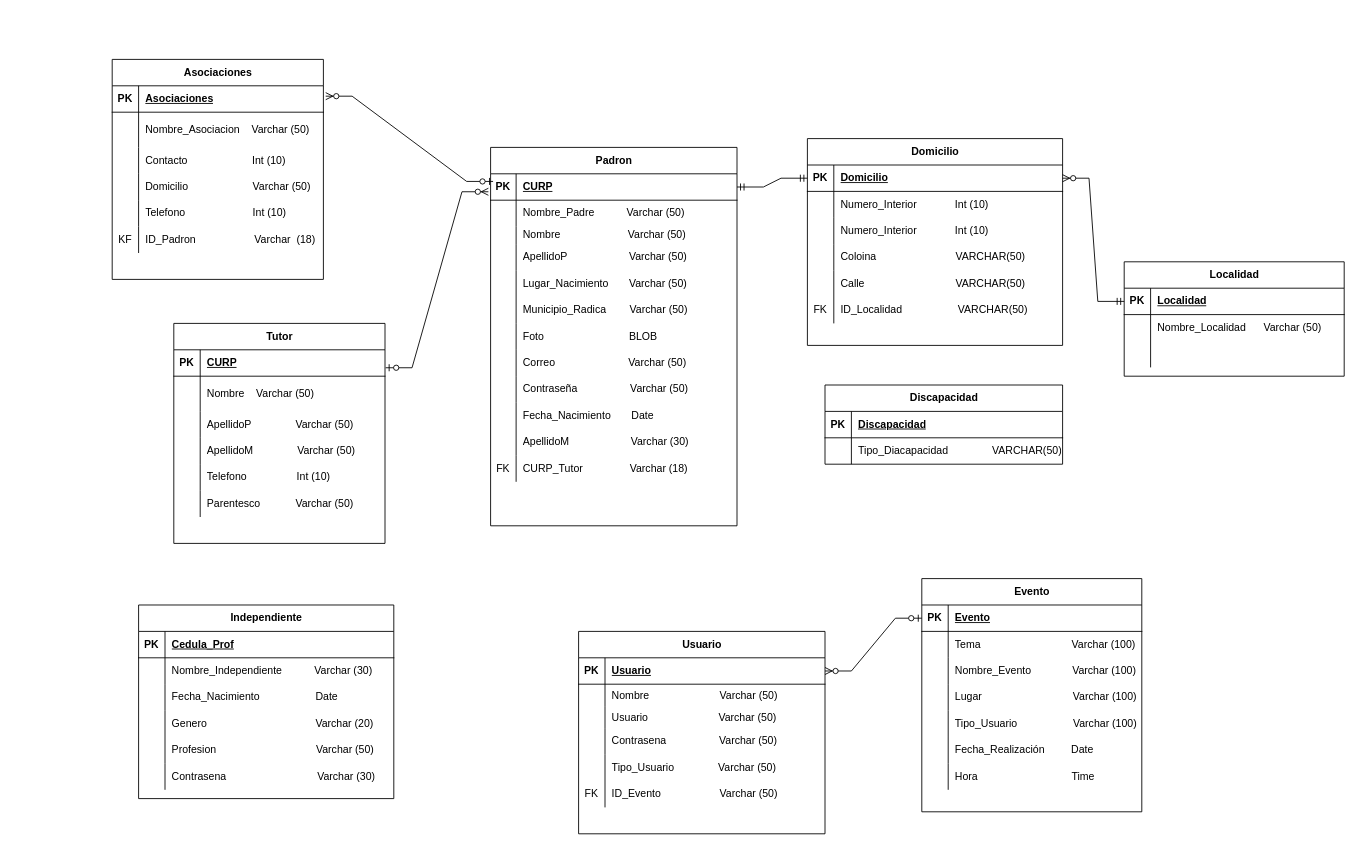
This is Relacional.drawio from OSCARCH2002/diagramas, a draw.io file, before an edit. Source tidied: cells renumbered, new cells numbered last; positions are measured from the earlier drawing's top-left corner, leaving out a move shared by most shapes. Both pictures are drawn from the tidied source at 88%, with x=0, y=0 at pixel (112, 59).
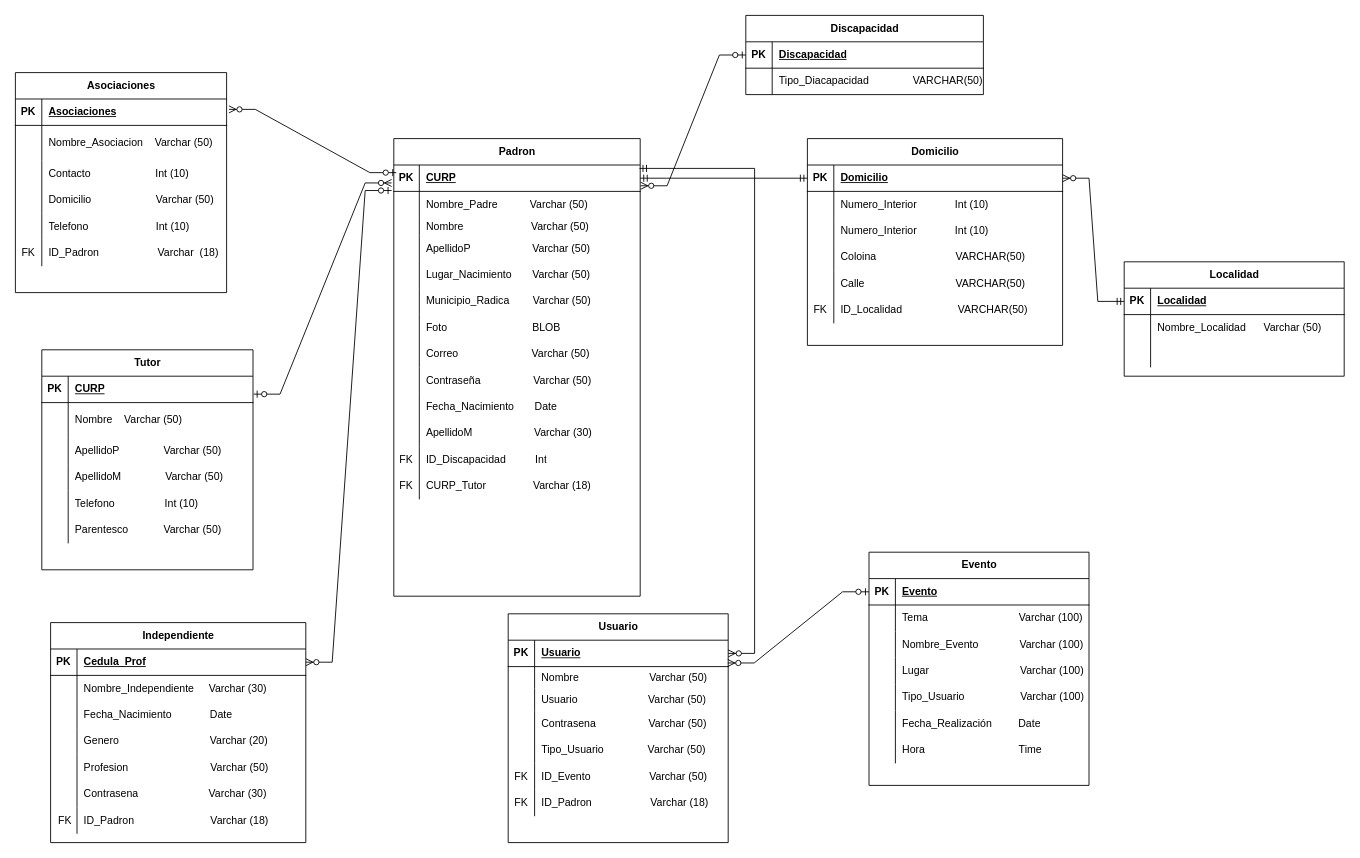
After the change.

Unchanged cells that the change refers to:
```xml
<mxCell id="18" style="shape=tableRow;horizontal=0;startSize=0;swimlaneHead=0;swimlaneBody=0;fillColor=none;top=0;left=0;right=0;bottom=0;" parent="2" vertex="1">
  <mxGeometry y="190" width="240" height="30" as="geometry" />
</mxCell>
<mxCell id="22" style="shape=tableRow;horizontal=0;startSize=0;swimlaneHead=0;swimlaneBody=0;fillColor=none;points=[[0,0.5],[1,0.5]];portConstraint=eastwest;top=0;left=0;right=0;bottom=1;" parent="21" vertex="1">
  <mxGeometry y="30" width="280" height="30" as="geometry" />
</mxCell>
<mxCell id="25" style="shape=tableRow;horizontal=0;startSize=0;swimlaneHead=0;swimlaneBody=0;fillColor=none;points=[[0,0.5],[1,0.5]];portConstraint=eastwest;top=0;left=0;right=0;bottom=0;" parent="21" vertex="1">
  <mxGeometry y="60" width="280" height="30" as="geometry" />
</mxCell>
<mxCell id="59" style="shape=tableRow;horizontal=0;startSize=0;swimlaneHead=0;swimlaneBody=0;fillColor=none;points=[[0,0.5],[1,0.5]];portConstraint=eastwest;top=0;left=0;right=0;bottom=1;" parent="58" vertex="1">
  <mxGeometry y="30" width="270" height="30" as="geometry" />
</mxCell>
<mxCell id="116" style="shape=tableRow;horizontal=0;startSize=0;swimlaneHead=0;swimlaneBody=0;fillColor=none;points=[[0,0.5],[1,0.5]];portConstraint=eastwest;top=0;left=0;right=0;bottom=1;" parent="115" vertex="1">
  <mxGeometry y="30" width="250" height="30" as="geometry" />
</mxCell>
<mxCell id="144" style="shape=tableRow;horizontal=0;startSize=0;swimlaneHead=0;swimlaneBody=0;fillColor=none;points=[[0,0.5],[1,0.5]];portConstraint=eastwest;top=0;left=0;right=0;bottom=1;" parent="143" vertex="1">
  <mxGeometry y="30" width="290" height="30" as="geometry" />
</mxCell>
<mxCell id="147" style="shape=tableRow;horizontal=0;startSize=0;swimlaneHead=0;swimlaneBody=0;fillColor=none;top=0;left=0;right=0;bottom=0;" parent="143" vertex="1">
  <mxGeometry y="60" width="290" height="30" as="geometry" />
</mxCell>
<mxCell id="150" style="shape=tableRow;horizontal=0;startSize=0;swimlaneHead=0;swimlaneBody=0;fillColor=none;top=0;left=0;right=0;bottom=0;" parent="143" vertex="1">
  <mxGeometry y="90" width="290" height="30" as="geometry" />
</mxCell>
<mxCell id="153" style="shape=tableRow;horizontal=0;startSize=0;swimlaneHead=0;swimlaneBody=0;fillColor=none;top=0;left=0;right=0;bottom=0;" parent="143" vertex="1">
  <mxGeometry y="120" width="290" height="30" as="geometry" />
</mxCell>
<mxCell id="156" style="shape=tableRow;horizontal=0;startSize=0;swimlaneHead=0;swimlaneBody=0;fillColor=none;top=0;left=0;right=0;bottom=0;" parent="143" vertex="1">
  <mxGeometry y="150" width="290" height="30" as="geometry" />
</mxCell>
<mxCell id="159" style="shape=tableRow;horizontal=0;startSize=0;swimlaneHead=0;swimlaneBody=0;fillColor=none;top=0;left=0;right=0;bottom=0;" parent="143" vertex="1">
  <mxGeometry y="180" width="290" height="30" as="geometry" />
</mxCell>
```

The edit, as a diff of the source:
```diff
@@
     <mxCell id="2" value="Asociaciones" style="shape=table;startSize=30;childLayout=tableLayout;rowLines=0;fontStyle=1;align=center;html=1;" parent="1" vertex="1">
-      <mxGeometry width="240" height="250" as="geometry" />
+      <mxGeometry x="-110" y="15" width="240" height="250" as="geometry" />
     </mxCell>
@@
-    <mxCell id="19" value="KF" style="shape=partialRectangle;fillColor=none;top=0;left=0;bottom=0;right=0;overflow=hidden;whiteSpace=wrap;html=1;" parent="18" vertex="1">
+    <mxCell id="19" value="FK" style="shape=partialRectangle;fillColor=none;top=0;left=0;bottom=0;right=0;overflow=hidden;whiteSpace=wrap;html=1;" parent="18" vertex="1">
       <mxGeometry width="30" height="30" as="geometry" />
     </mxCell>
@@
     <mxCell id="21" value="Padron" style="shape=table;startSize=30;childLayout=tableLayout;rowLines=0;fontStyle=1;align=center;html=1;" parent="1" vertex="1">
-      <mxGeometry x="430" y="100" width="280" height="430" as="geometry" />
+      <mxGeometry x="320" y="90" width="280" height="520" as="geometry" />
     </mxCell>
@@
+    <mxCell id="186" style="shape=tableRow;horizontal=0;startSize=0;swimlaneHead=0;swimlaneBody=0;fillColor=none;top=0;left=0;right=0;bottom=0;" parent="21" vertex="1">
+      <mxGeometry y="320" width="280" height="30" as="geometry" />
+    </mxCell>
+    <mxCell id="187" style="shape=partialRectangle;fillColor=none;top=0;left=0;bottom=0;right=0;overflow=hidden;whiteSpace=wrap;html=1;" parent="186" vertex="1">
+      <mxGeometry width="29" height="30" as="geometry" />
+    </mxCell>
+    <mxCell id="188" value="ApellidoM&amp;nbsp; &amp;nbsp; &amp;nbsp; &amp;nbsp; &amp;nbsp; &amp;nbsp; &amp;nbsp; &amp;nbsp; &amp;nbsp; &amp;nbsp; &amp;nbsp;Varchar (30)" style="shape=partialRectangle;fillColor=none;top=0;left=0;bottom=0;right=0;align=left;spacingLeft=6;overflow=hidden;whiteSpace=wrap;html=1;" parent="186" vertex="1">
+      <mxGeometry x="29" width="251" height="30" as="geometry" />
+    </mxCell>
     <mxCell id="52" style="shape=tableRow;horizontal=0;startSize=0;swimlaneHead=0;swimlaneBody=0;fillColor=none;top=0;left=0;right=0;bottom=0;" parent="21" vertex="1">
-      <mxGeometry y="320" width="280" height="30" as="geometry" />
+      <mxGeometry y="350" width="280" height="30" as="geometry" />
     </mxCell>
-    <mxCell id="53" style="shape=partialRectangle;fillColor=none;top=0;left=0;bottom=0;right=0;overflow=hidden;whiteSpace=wrap;html=1;" parent="52" vertex="1">
+    <mxCell id="53" value="FK" style="shape=partialRectangle;fillColor=none;top=0;left=0;bottom=0;right=0;overflow=hidden;whiteSpace=wrap;html=1;" parent="52" vertex="1">
       <mxGeometry width="29" height="30" as="geometry" />
     </mxCell>
-    <mxCell id="54" value="ApellidoM&amp;nbsp; &amp;nbsp; &amp;nbsp; &amp;nbsp; &amp;nbsp; &amp;nbsp; &amp;nbsp; &amp;nbsp; &amp;nbsp; &amp;nbsp; &amp;nbsp;Varchar (30)" style="shape=partialRectangle;fillColor=none;top=0;left=0;bottom=0;right=0;align=left;spacingLeft=6;overflow=hidden;whiteSpace=wrap;html=1;" parent="52" vertex="1">
+    <mxCell id="54" value="ID_Discapacidad&amp;nbsp; &amp;nbsp; &amp;nbsp; &amp;nbsp; &amp;nbsp; Int" style="shape=partialRectangle;fillColor=none;top=0;left=0;bottom=0;right=0;align=left;spacingLeft=6;overflow=hidden;whiteSpace=wrap;html=1;" parent="52" vertex="1">
       <mxGeometry x="29" width="251" height="30" as="geometry" />
     </mxCell>
     <mxCell id="55" style="shape=tableRow;horizontal=0;startSize=0;swimlaneHead=0;swimlaneBody=0;fillColor=none;top=0;left=0;right=0;bottom=0;" parent="21" vertex="1">
-      <mxGeometry y="350" width="280" height="30" as="geometry" />
+      <mxGeometry y="380" width="280" height="30" as="geometry" />
     </mxCell>
@@
     <mxCell id="58" value="Discapacidad" style="shape=table;startSize=30;childLayout=tableLayout;rowLines=0;fontStyle=1;align=center;html=1;" parent="1" vertex="1">
-      <mxGeometry x="810" y="370" width="270" height="90" as="geometry" />
+      <mxGeometry x="720" y="-50" width="270" height="90" as="geometry" />
     </mxCell>
@@
     <mxCell id="96" value="Usuario" style="shape=table;startSize=30;childLayout=tableLayout;rowLines=0;fontStyle=1;align=center;html=1;" parent="1" vertex="1">
-      <mxGeometry x="530" y="650" width="280" height="230" as="geometry" />
+      <mxGeometry x="450" y="630" width="250" height="260" as="geometry" />
     </mxCell>
     <mxCell id="97" style="shape=tableRow;horizontal=0;startSize=0;swimlaneHead=0;swimlaneBody=0;fillColor=none;points=[[0,0.5],[1,0.5]];portConstraint=eastwest;top=0;left=0;right=0;bottom=1;" parent="96" vertex="1">
-      <mxGeometry y="30" width="280" height="30" as="geometry" />
+      <mxGeometry y="30" width="250" height="30" as="geometry" />
     </mxCell>
@@
     <mxCell id="99" value="Usuario" style="shape=partialRectangle;fillColor=none;top=0;left=0;bottom=0;right=0;align=left;spacingLeft=6;fontStyle=5;overflow=hidden;whiteSpace=wrap;html=1;" parent="97" vertex="1">
-      <mxGeometry x="30" width="250" height="30" as="geometry" />
+      <mxGeometry x="30" width="220" height="30" as="geometry" />
     </mxCell>
     <mxCell id="100" style="shape=tableRow;horizontal=0;startSize=0;swimlaneHead=0;swimlaneBody=0;fillColor=none;top=0;left=0;right=0;bottom=0;" parent="96" vertex="1">
-      <mxGeometry y="60" width="280" height="25" as="geometry" />
+      <mxGeometry y="60" width="250" height="25" as="geometry" />
     </mxCell>
@@
     <mxCell id="102" value="Nombre&amp;nbsp; &amp;nbsp; &amp;nbsp; &amp;nbsp; &amp;nbsp; &amp;nbsp; &amp;nbsp; &amp;nbsp; &amp;nbsp; &amp;nbsp; &amp;nbsp; &amp;nbsp; Varchar (50)" style="shape=partialRectangle;fillColor=none;top=0;left=0;bottom=0;right=0;align=left;spacingLeft=6;overflow=hidden;whiteSpace=wrap;html=1;" parent="100" vertex="1">
-      <mxGeometry x="30" width="250" height="25" as="geometry" />
+      <mxGeometry x="30" width="220" height="25" as="geometry" />
     </mxCell>
     <mxCell id="103" style="shape=tableRow;horizontal=0;startSize=0;swimlaneHead=0;swimlaneBody=0;fillColor=none;top=0;left=0;right=0;bottom=0;" parent="96" vertex="1">
-      <mxGeometry y="85" width="280" height="25" as="geometry" />
+      <mxGeometry y="85" width="250" height="25" as="geometry" />
     </mxCell>
@@
     <mxCell id="105" value="Usuario&amp;nbsp; &amp;nbsp; &amp;nbsp; &amp;nbsp; &amp;nbsp; &amp;nbsp; &amp;nbsp; &amp;nbsp; &amp;nbsp; &amp;nbsp; &amp;nbsp; &amp;nbsp; Varchar (50)" style="shape=partialRectangle;fillColor=none;top=0;left=0;bottom=0;right=0;align=left;spacingLeft=6;overflow=hidden;whiteSpace=wrap;html=1;" parent="103" vertex="1">
-      <mxGeometry x="30" width="250" height="25" as="geometry" />
+      <mxGeometry x="30" width="220" height="25" as="geometry" />
     </mxCell>
     <mxCell id="106" style="shape=tableRow;horizontal=0;startSize=0;swimlaneHead=0;swimlaneBody=0;fillColor=none;top=0;left=0;right=0;bottom=0;" parent="96" vertex="1">
-      <mxGeometry y="110" width="280" height="30" as="geometry" />
+      <mxGeometry y="110" width="250" height="30" as="geometry" />
     </mxCell>
@@
     <mxCell id="108" value="Contrasena&amp;nbsp; &amp;nbsp; &amp;nbsp; &amp;nbsp; &amp;nbsp; &amp;nbsp; &amp;nbsp; &amp;nbsp; &amp;nbsp; Varchar (50)" style="shape=partialRectangle;fillColor=none;top=0;left=0;bottom=0;right=0;align=left;spacingLeft=6;overflow=hidden;whiteSpace=wrap;html=1;" parent="106" vertex="1">
-      <mxGeometry x="30" width="250" height="30" as="geometry" />
+      <mxGeometry x="30" width="220" height="30" as="geometry" />
     </mxCell>
     <mxCell id="109" style="shape=tableRow;horizontal=0;startSize=0;swimlaneHead=0;swimlaneBody=0;fillColor=none;top=0;left=0;right=0;bottom=0;" parent="96" vertex="1">
-      <mxGeometry y="140" width="280" height="30" as="geometry" />
+      <mxGeometry y="140" width="250" height="30" as="geometry" />
     </mxCell>
@@
     <mxCell id="111" value="Tipo_Usuario&amp;nbsp; &amp;nbsp; &amp;nbsp; &amp;nbsp; &amp;nbsp; &amp;nbsp; &amp;nbsp; &amp;nbsp;Varchar (50)" style="shape=partialRectangle;fillColor=none;top=0;left=0;bottom=0;right=0;align=left;spacingLeft=6;overflow=hidden;whiteSpace=wrap;html=1;" parent="109" vertex="1">
-      <mxGeometry x="30" width="250" height="30" as="geometry" />
+      <mxGeometry x="30" width="220" height="30" as="geometry" />
     </mxCell>
+    <mxCell id="189" style="shape=tableRow;horizontal=0;startSize=0;swimlaneHead=0;swimlaneBody=0;fillColor=none;top=0;left=0;right=0;bottom=0;" parent="96" vertex="1">
+      <mxGeometry y="170" width="250" height="30" as="geometry" />
+    </mxCell>
+    <mxCell id="190" value="FK" style="shape=partialRectangle;fillColor=none;top=0;left=0;bottom=0;right=0;overflow=hidden;whiteSpace=wrap;html=1;" parent="189" vertex="1">
+      <mxGeometry width="30" height="30" as="geometry" />
+    </mxCell>
+    <mxCell id="191" value="ID_Evento&amp;nbsp; &amp;nbsp; &amp;nbsp; &amp;nbsp; &amp;nbsp; &amp;nbsp; &amp;nbsp; &amp;nbsp; &amp;nbsp; &amp;nbsp; Varchar (50)" style="shape=partialRectangle;fillColor=none;top=0;left=0;bottom=0;right=0;align=left;spacingLeft=6;overflow=hidden;whiteSpace=wrap;html=1;" parent="189" vertex="1">
+      <mxGeometry x="30" width="220" height="30" as="geometry" />
+    </mxCell>
     <mxCell id="112" style="shape=tableRow;horizontal=0;startSize=0;swimlaneHead=0;swimlaneBody=0;fillColor=none;top=0;left=0;right=0;bottom=0;" parent="96" vertex="1">
-      <mxGeometry y="170" width="280" height="30" as="geometry" />
+      <mxGeometry y="200" width="250" height="30" as="geometry" />
     </mxCell>
@@
-    <mxCell id="114" value="ID_Evento&amp;nbsp; &amp;nbsp; &amp;nbsp; &amp;nbsp; &amp;nbsp; &amp;nbsp; &amp;nbsp; &amp;nbsp; &amp;nbsp; &amp;nbsp; Varchar (50)" style="shape=partialRectangle;fillColor=none;top=0;left=0;bottom=0;right=0;align=left;spacingLeft=6;overflow=hidden;whiteSpace=wrap;html=1;" parent="112" vertex="1">
-      <mxGeometry x="30" width="250" height="30" as="geometry" />
+    <mxCell id="114" value="ID_Padron&amp;nbsp; &amp;nbsp; &amp;nbsp; &amp;nbsp; &amp;nbsp; &amp;nbsp; &amp;nbsp; &amp;nbsp; &amp;nbsp; &amp;nbsp; Varchar (18)" style="shape=partialRectangle;fillColor=none;top=0;left=0;bottom=0;right=0;align=left;spacingLeft=6;overflow=hidden;whiteSpace=wrap;html=1;" parent="112" vertex="1">
+      <mxGeometry x="30" width="220" height="30" as="geometry" />
     </mxCell>
     <mxCell id="115" value="Evento" style="shape=table;startSize=30;childLayout=tableLayout;rowLines=0;fontStyle=1;align=center;html=1;" parent="1" vertex="1">
-      <mxGeometry x="920" y="590" width="250" height="265" as="geometry" />
+      <mxGeometry x="860" y="560" width="250" height="265" as="geometry" />
     </mxCell>
@@
     <mxCell id="143" value="Independiente" style="shape=table;startSize=30;childLayout=tableLayout;rowLines=0;fontStyle=1;align=center;html=1;" parent="1" vertex="1">
-      <mxGeometry x="30" y="620" width="290" height="220" as="geometry" />
+      <mxGeometry x="-70" y="640" width="290" height="250" as="geometry" />
     </mxCell>
@@
-    <mxCell id="149" value="Nombre_Independiente&amp;nbsp; &amp;nbsp; &amp;nbsp; &amp;nbsp; &amp;nbsp; &amp;nbsp;Varchar (30)" style="shape=partialRectangle;fillColor=none;top=0;left=0;bottom=0;right=0;align=left;spacingLeft=6;overflow=hidden;whiteSpace=wrap;html=1;" parent="147" vertex="1">
+    <mxCell id="149" value="Nombre_Independiente&amp;nbsp; &amp;nbsp; &amp;nbsp;Varchar (30)" style="shape=partialRectangle;fillColor=none;top=0;left=0;bottom=0;right=0;align=left;spacingLeft=6;overflow=hidden;whiteSpace=wrap;html=1;" parent="147" vertex="1">
       <mxGeometry x="30" width="260" height="30" as="geometry" />
     </mxCell>
@@
-    <mxCell id="152" value="Fecha_Nacimiento&amp;nbsp; &amp;nbsp; &amp;nbsp; &amp;nbsp; &amp;nbsp; &amp;nbsp; &amp;nbsp; &amp;nbsp; &amp;nbsp; &amp;nbsp;Date" style="shape=partialRectangle;fillColor=none;top=0;left=0;bottom=0;right=0;align=left;spacingLeft=6;overflow=hidden;whiteSpace=wrap;html=1;" parent="150" vertex="1">
+    <mxCell id="152" value="Fecha_Nacimiento&amp;nbsp; &amp;nbsp; &amp;nbsp; &amp;nbsp; &amp;nbsp; &amp;nbsp; &amp;nbsp;Date" style="shape=partialRectangle;fillColor=none;top=0;left=0;bottom=0;right=0;align=left;spacingLeft=6;overflow=hidden;whiteSpace=wrap;html=1;" parent="150" vertex="1">
       <mxGeometry x="30" width="260" height="30" as="geometry" />
     </mxCell>
@@
-    <mxCell id="155" value="Genero&amp;nbsp; &amp;nbsp; &amp;nbsp; &amp;nbsp; &amp;nbsp; &amp;nbsp; &amp;nbsp; &amp;nbsp; &amp;nbsp; &amp;nbsp; &amp;nbsp; &amp;nbsp; &amp;nbsp; &amp;nbsp; &amp;nbsp; &amp;nbsp; &amp;nbsp; &amp;nbsp; &amp;nbsp;Varchar (20)" style="shape=partialRectangle;fillColor=none;top=0;left=0;bottom=0;right=0;align=left;spacingLeft=6;overflow=hidden;whiteSpace=wrap;html=1;" parent="153" vertex="1">
+    <mxCell id="155" value="Genero&amp;nbsp; &amp;nbsp; &amp;nbsp; &amp;nbsp; &amp;nbsp; &amp;nbsp; &amp;nbsp; &amp;nbsp; &amp;nbsp; &amp;nbsp; &amp;nbsp; &amp;nbsp; &amp;nbsp; &amp;nbsp; &amp;nbsp; &amp;nbsp;Varchar (20)" style="shape=partialRectangle;fillColor=none;top=0;left=0;bottom=0;right=0;align=left;spacingLeft=6;overflow=hidden;whiteSpace=wrap;html=1;" parent="153" vertex="1">
       <mxGeometry x="30" width="260" height="30" as="geometry" />
     </mxCell>
@@
-    <mxCell id="158" value="Profesion&amp;nbsp; &amp;nbsp; &amp;nbsp; &amp;nbsp; &amp;nbsp; &amp;nbsp; &amp;nbsp; &amp;nbsp; &amp;nbsp; &amp;nbsp; &amp;nbsp; &amp;nbsp; &amp;nbsp; &amp;nbsp; &amp;nbsp; &amp;nbsp;&amp;nbsp; &amp;nbsp;Varchar (50)" style="shape=partialRectangle;fillColor=none;top=0;left=0;bottom=0;right=0;align=left;spacingLeft=6;overflow=hidden;whiteSpace=wrap;html=1;" parent="156" vertex="1">
+    <mxCell id="158" value="Profesion&amp;nbsp; &amp;nbsp; &amp;nbsp; &amp;nbsp; &amp;nbsp; &amp;nbsp; &amp;nbsp; &amp;nbsp; &amp;nbsp; &amp;nbsp; &amp;nbsp; &amp;nbsp; &amp;nbsp; &amp;nbsp; Varchar (50)" style="shape=partialRectangle;fillColor=none;top=0;left=0;bottom=0;right=0;align=left;spacingLeft=6;overflow=hidden;whiteSpace=wrap;html=1;" parent="156" vertex="1">
       <mxGeometry x="30" width="260" height="30" as="geometry" />
     </mxCell>
@@
-    <mxCell id="161" value="Contrasena&amp;nbsp; &amp;nbsp; &amp;nbsp; &amp;nbsp; &amp;nbsp; &amp;nbsp; &amp;nbsp; &amp;nbsp; &amp;nbsp; &amp;nbsp; &amp;nbsp; &amp;nbsp; &amp;nbsp; &amp;nbsp; &amp;nbsp; &amp;nbsp;Varchar (30)" style="shape=partialRectangle;fillColor=none;top=0;left=0;bottom=0;right=0;align=left;spacingLeft=6;overflow=hidden;whiteSpace=wrap;html=1;" parent="159" vertex="1">
+    <mxCell id="161" value="Contrasena&amp;nbsp; &amp;nbsp; &amp;nbsp; &amp;nbsp; &amp;nbsp; &amp;nbsp; &amp;nbsp; &amp;nbsp; &amp;nbsp; &amp;nbsp; &amp;nbsp; &amp;nbsp; Varchar (30)" style="shape=partialRectangle;fillColor=none;top=0;left=0;bottom=0;right=0;align=left;spacingLeft=6;overflow=hidden;whiteSpace=wrap;html=1;" parent="159" vertex="1">
       <mxGeometry x="30" width="260" height="30" as="geometry" />
     </mxCell>
+    <mxCell id="192" style="shape=tableRow;horizontal=0;startSize=0;swimlaneHead=0;swimlaneBody=0;fillColor=none;top=0;left=0;right=0;bottom=0;" parent="143" vertex="1">
+      <mxGeometry y="210" width="290" height="30" as="geometry" />
+    </mxCell>
+    <mxCell id="193" value="&amp;nbsp;FK" style="shape=partialRectangle;fillColor=none;top=0;left=0;bottom=0;right=0;overflow=hidden;whiteSpace=wrap;html=1;" parent="192" vertex="1">
+      <mxGeometry width="30" height="30" as="geometry" />
+    </mxCell>
+    <mxCell id="194" value="ID_Padron&amp;nbsp; &amp;nbsp; &amp;nbsp; &amp;nbsp; &amp;nbsp; &amp;nbsp; &amp;nbsp; &amp;nbsp; &amp;nbsp; &amp;nbsp; &amp;nbsp; &amp;nbsp; &amp;nbsp; Varchar (18)" style="shape=partialRectangle;fillColor=none;top=0;left=0;bottom=0;right=0;align=left;spacingLeft=6;overflow=hidden;whiteSpace=wrap;html=1;" parent="192" vertex="1">
+      <mxGeometry x="30" width="260" height="30" as="geometry" />
+    </mxCell>
     <mxCell id="162" value="Tutor" style="shape=table;startSize=30;childLayout=tableLayout;rowLines=0;fontStyle=1;align=center;html=1;" parent="1" vertex="1">
-      <mxGeometry x="70" y="300" width="240" height="250" as="geometry" />
+      <mxGeometry x="-80" y="330" width="240" height="250" as="geometry" />
     </mxCell>
@@
-    <mxCell id="183" style="edgeStyle=entityRelationEdgeStyle;fontSize=12;html=1;endArrow=ERzeroToMany;startArrow=ERzeroToOne;rounded=0;entryX=1;entryY=0.5;entryDx=0;entryDy=0;exitX=0;exitY=0.5;exitDx=0;exitDy=0;" parent="1" edge="1" source="116" target="97">
+    <mxCell id="183" style="edgeStyle=entityRelationEdgeStyle;fontSize=12;html=1;endArrow=ERzeroToMany;startArrow=ERzeroToOne;rounded=0;entryX=0.998;entryY=0.863;entryDx=0;entryDy=0;exitX=0;exitY=0.5;exitDx=0;exitDy=0;entryPerimeter=0;" parent="1" edge="1" source="116" target="97">
       <mxGeometry relative="1" as="geometry" />
     </mxCell>
@@
+    <mxCell id="195" style="edgeStyle=entityRelationEdgeStyle;fontSize=12;html=1;endArrow=ERzeroToMany;startArrow=ERzeroToOne;rounded=0;entryX=1.002;entryY=0.787;entryDx=0;entryDy=0;entryPerimeter=0;exitX=0;exitY=0.5;exitDx=0;exitDy=0;" parent="1" edge="1" source="59" target="22">
+      <mxGeometry relative="1" as="geometry" />
+    </mxCell>
+    <mxCell id="196" style="edgeStyle=entityRelationEdgeStyle;fontSize=12;html=1;endArrow=ERzeroToMany;startArrow=ERmandOne;rounded=0;exitX=0.997;exitY=0.129;exitDx=0;exitDy=0;exitPerimeter=0;" parent="1" edge="1" source="22" target="97">
+      <mxGeometry relative="1" as="geometry" />
+    </mxCell>
+    <mxCell id="197" style="edgeStyle=entityRelationEdgeStyle;fontSize=12;html=1;endArrow=ERzeroToMany;startArrow=ERzeroToOne;rounded=0;exitX=-0.009;exitY=-0.033;exitDx=0;exitDy=0;exitPerimeter=0;" parent="1" edge="1" source="25" target="144">
+      <mxGeometry relative="1" as="geometry" />
+    </mxCell>
```
